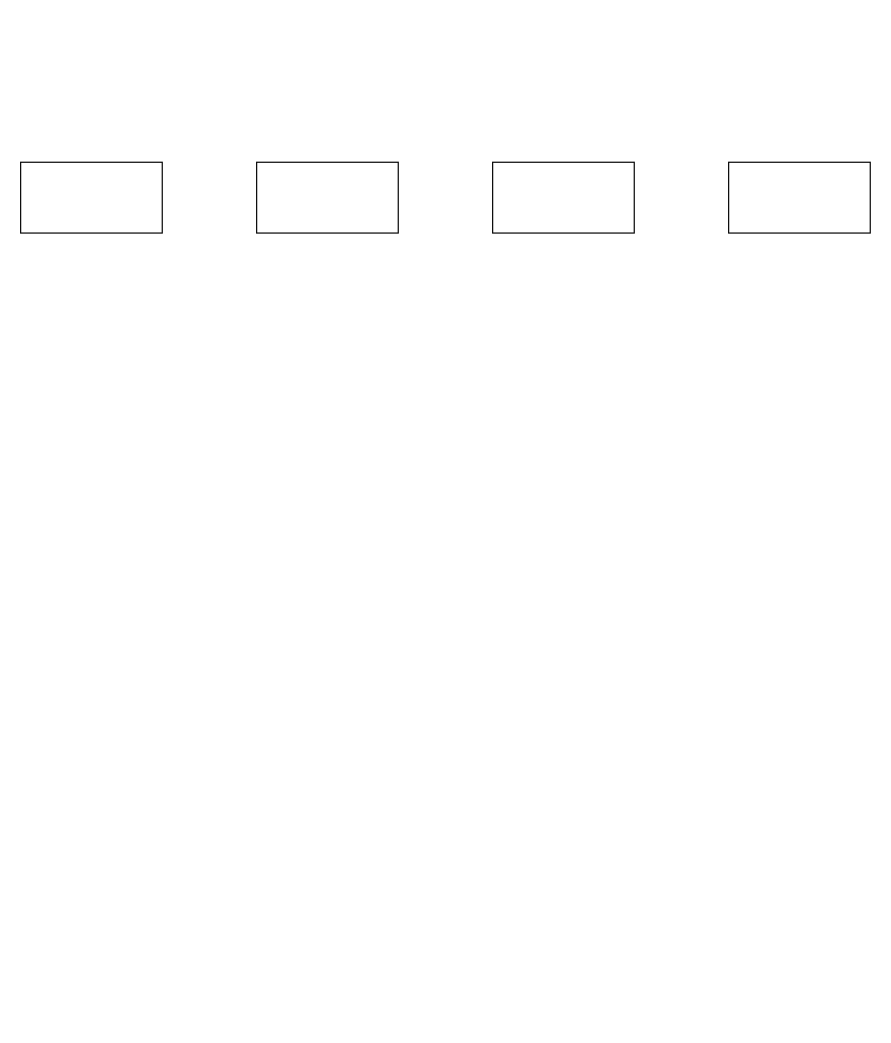
The draw.io diagram LLSI/产品规划方法.drawio in 0573xieguojia/To-program, before the edit. Source tidied: cells renumbered, new cells numbered last; positions are measured from the earlier drawing's top-left corner, leaving out a move shared by most shapes. Both pictures are drawn from the tidied source at 118%, with x=0, y=0 at pixel (20, 162).
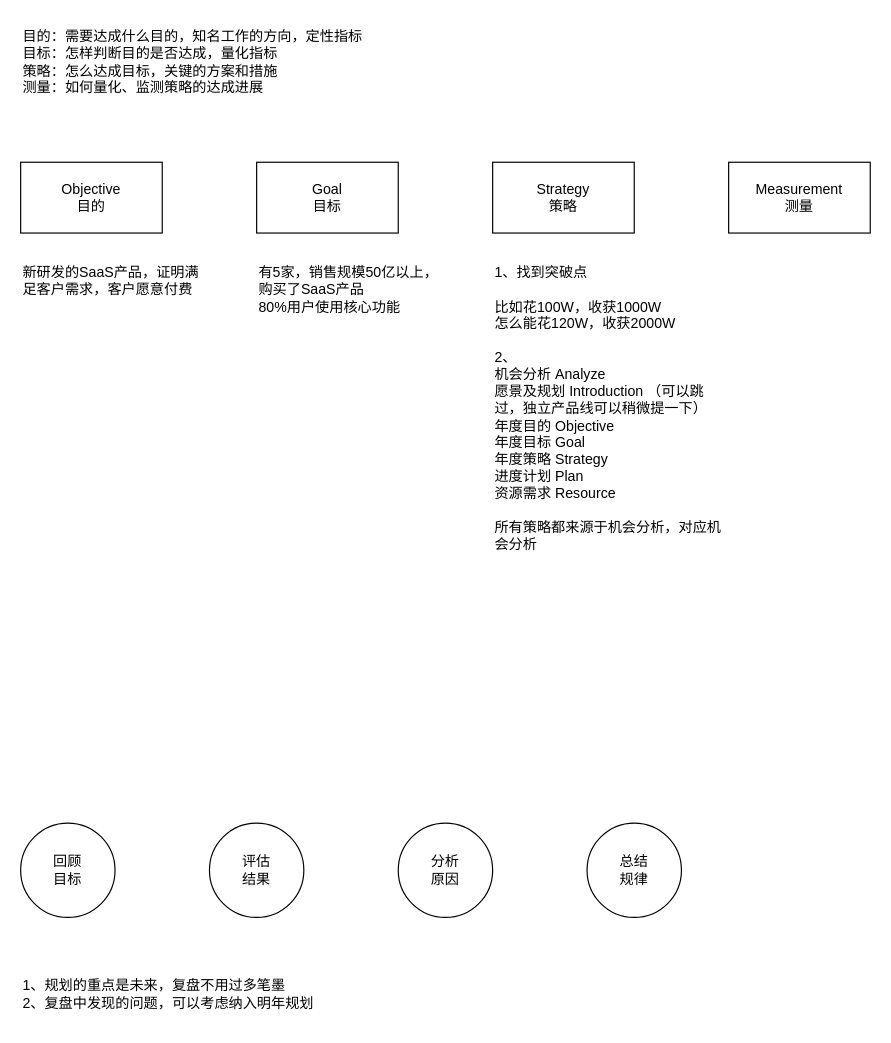
The same diagram, later.

Commit message (it also covers changes not shown here):
更新产品规划方法.drawio

Diff of the diagram source:
```diff
@@
 <mxGraphModel>
   <root>
     <mxCell id="0" />
     <mxCell id="1" parent="0" />
-    <mxCell id="2" style="rounded=0;whiteSpace=wrap;html=1;" parent="1" vertex="1">
+    <mxCell id="2" value="Objective&lt;br&gt;目的" style="rounded=0;whiteSpace=wrap;html=1;" parent="1" vertex="1">
       <mxGeometry width="120" height="60" as="geometry" />
     </mxCell>
-    <mxCell id="3" style="rounded=0;whiteSpace=wrap;html=1;" parent="1" vertex="1">
+    <mxCell id="3" value="Goal&lt;br&gt;目标" style="rounded=0;whiteSpace=wrap;html=1;" parent="1" vertex="1">
       <mxGeometry x="200" width="120" height="60" as="geometry" />
     </mxCell>
-    <mxCell id="4" style="rounded=0;whiteSpace=wrap;html=1;" parent="1" vertex="1">
+    <mxCell id="4" value="Strategy&lt;br&gt;策略" style="rounded=0;whiteSpace=wrap;html=1;" parent="1" vertex="1">
       <mxGeometry x="400" width="120" height="60" as="geometry" />
     </mxCell>
-    <mxCell id="5" style="rounded=0;whiteSpace=wrap;html=1;" parent="1" vertex="1">
+    <mxCell id="5" value="Measurement&lt;br&gt;测量" style="rounded=0;whiteSpace=wrap;html=1;" parent="1" vertex="1">
       <mxGeometry x="600" width="120" height="60" as="geometry" />
     </mxCell>
+    <mxCell id="6" value="有5家，销售规模50亿以上，购买了SaaS产品&lt;br&gt;80%用户使用核心功能" style="text;html=1;strokeColor=none;fillColor=none;align=left;verticalAlign=top;whiteSpace=wrap;rounded=0;" parent="1" vertex="1">
+      <mxGeometry x="200" y="80" width="160" height="50" as="geometry" />
+    </mxCell>
+    <mxCell id="7" value="目的：需要达成什么目的，知名工作的方向，定性指标&lt;br&gt;目标：怎样判断目的是否达成，量化指标&lt;br&gt;策略：怎么达成目标，关键的方案和措施&lt;br&gt;测量：如何量化、监测策略的达成进展" style="text;html=1;strokeColor=none;fillColor=none;align=left;verticalAlign=middle;whiteSpace=wrap;rounded=0;" parent="1" vertex="1">
+      <mxGeometry y="-120" width="300" height="70" as="geometry" />
+    </mxCell>
+    <mxCell id="8" value="新研发的SaaS产品，证明满足客户需求，客户愿意付费" style="text;html=1;strokeColor=none;fillColor=none;align=left;verticalAlign=top;whiteSpace=wrap;rounded=0;" parent="1" vertex="1">
+      <mxGeometry y="80" width="160" height="50" as="geometry" />
+    </mxCell>
+    <mxCell id="9" value="1、找到突破点&lt;br&gt;&lt;br&gt;比如花100W，收获1000W&lt;br&gt;怎么能花120W，收获2000W&lt;br&gt;&lt;br&gt;2、&lt;br&gt;机会分析 Analyze&lt;br&gt;愿景及规划 Introduction （可以跳过，独立产品线可以稍微提一下）&lt;br&gt;年度目的 Objective&lt;br&gt;年度目标 Goal&lt;br&gt;年度策略 Strategy&lt;br&gt;进度计划 Plan&lt;br&gt;资源需求 Resource&lt;br&gt;&lt;br&gt;所有策略都来源于机会分析，对应机会分析" style="text;html=1;strokeColor=none;fillColor=none;align=left;verticalAlign=top;whiteSpace=wrap;rounded=0;" parent="1" vertex="1">
+      <mxGeometry x="400" y="80" width="200" height="270" as="geometry" />
+    </mxCell>
+    <mxCell id="10" value="回顾&lt;br&gt;目标" style="ellipse;whiteSpace=wrap;html=1;" parent="1" vertex="1">
+      <mxGeometry y="560" width="80" height="80" as="geometry" />
+    </mxCell>
+    <mxCell id="11" value="评估&lt;br&gt;结果" style="ellipse;whiteSpace=wrap;html=1;" parent="1" vertex="1">
+      <mxGeometry x="160" y="560" width="80" height="80" as="geometry" />
+    </mxCell>
+    <mxCell id="12" value="分析&lt;br&gt;原因" style="ellipse;whiteSpace=wrap;html=1;" parent="1" vertex="1">
+      <mxGeometry x="320" y="560" width="80" height="80" as="geometry" />
+    </mxCell>
+    <mxCell id="13" value="总结&lt;br&gt;规律" style="ellipse;whiteSpace=wrap;html=1;" parent="1" vertex="1">
+      <mxGeometry x="480" y="560" width="80" height="80" as="geometry" />
+    </mxCell>
+    <mxCell id="14" value="1、规划的重点是未来，复盘不用过多笔墨&lt;br&gt;2、复盘中发现的问题，可以考虑纳入明年规划" style="text;html=1;strokeColor=none;fillColor=none;align=left;verticalAlign=middle;whiteSpace=wrap;rounded=0;" parent="1" vertex="1">
+      <mxGeometry y="680" width="260" height="50" as="geometry" />
+    </mxCell>
   </root>
 </mxGraphModel>
```
